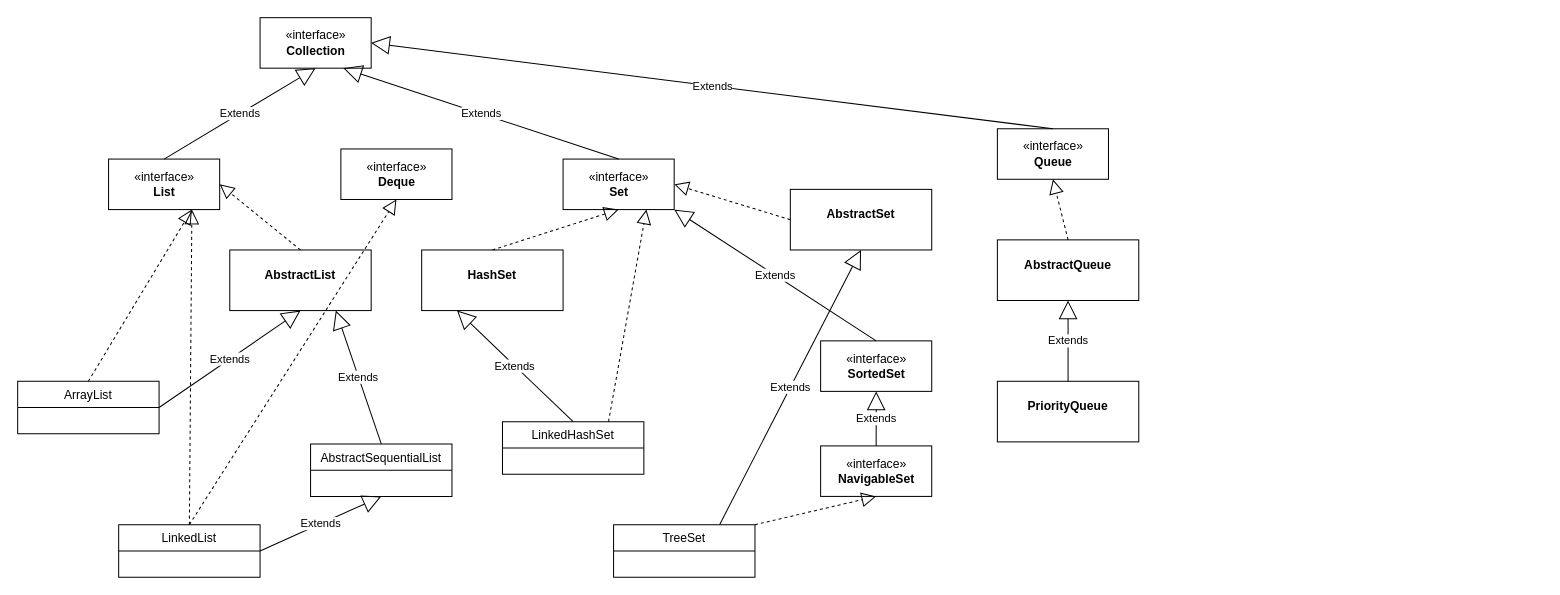
The draw.io diagram uml/collecions.drawio in andre-s-nascimento/java-collections, before the edit. Source tidied: cells renumbered, new cells numbered last; positions are measured from the earlier drawing's top-left corner, leaving out a move shared by most shapes. Both pictures are drawn from the tidied source at 101%, with x=0, y=0 at pixel (17, 17).
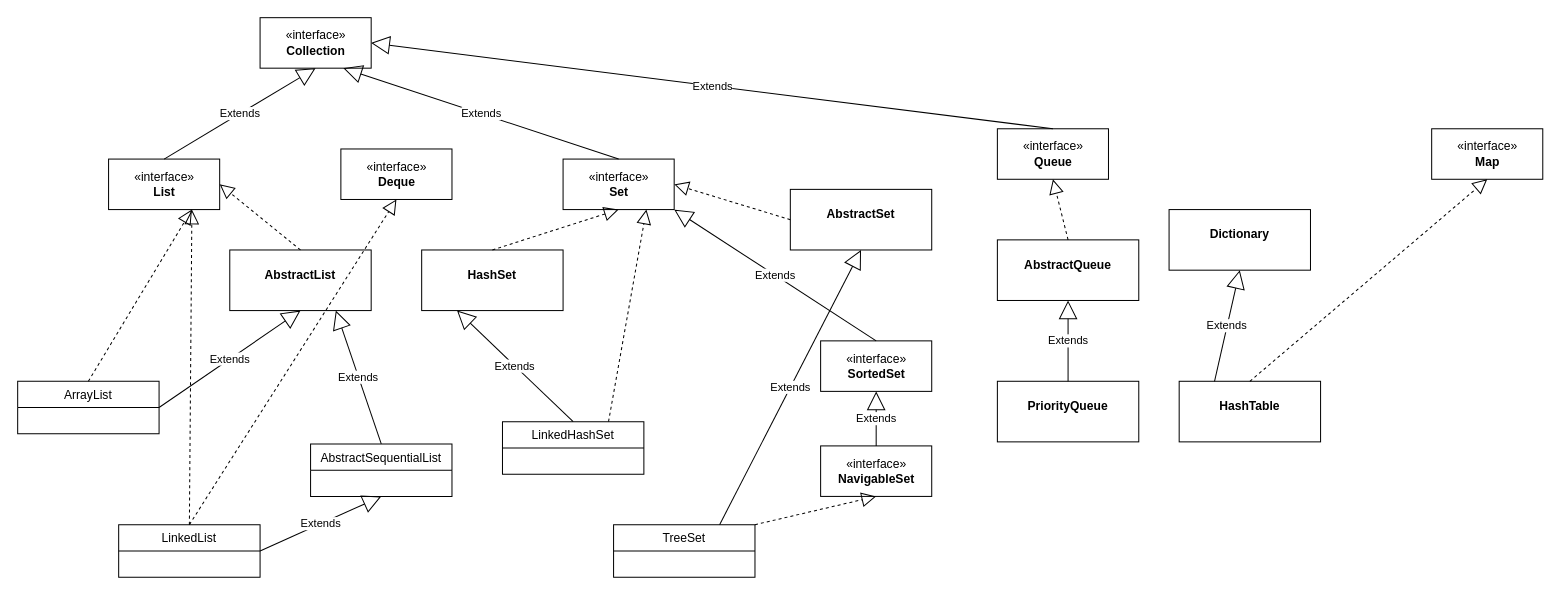
The same diagram, later.

What changed in the source:
```diff
@@
+    <mxCell id="39" value="&lt;p style=&quot;margin:0px;margin-top:4px;text-align:center;&quot;&gt;&lt;br&gt;&lt;b&gt;HashTable&lt;/b&gt;&lt;/p&gt;" style="verticalAlign=top;align=left;overflow=fill;fontSize=12;fontFamily=Helvetica;html=1;" parent="1" vertex="1">
+      <mxGeometry x="1150" y="360" width="140" height="60" as="geometry" />
+    </mxCell>
+    <mxCell id="40" value="«interface»&lt;br&gt;&lt;b&gt;Map&lt;/b&gt;" style="html=1;" parent="1" vertex="1">
+      <mxGeometry x="1400" y="110" width="110" height="50" as="geometry" />
+    </mxCell>
+    <mxCell id="41" style="endArrow=block;dashed=1;endFill=0;endSize=12;html=1;exitX=0.5;exitY=0;exitDx=0;exitDy=0;entryX=0.5;entryY=1;entryDx=0;entryDy=0;" parent="1" edge="1" source="39" target="40">
+      <mxGeometry relative="1" as="geometry" />
+    </mxCell>
+    <mxCell id="42" value="&lt;p style=&quot;margin:0px;margin-top:4px;text-align:center;&quot;&gt;&lt;br&gt;&lt;b&gt;Dictionary&lt;/b&gt;&lt;/p&gt;" style="verticalAlign=top;align=left;overflow=fill;fontSize=12;fontFamily=Helvetica;html=1;" parent="1" vertex="1">
+      <mxGeometry x="1140" y="190" width="140" height="60" as="geometry" />
+    </mxCell>
+    <mxCell id="43" value="Extends" style="endArrow=block;endSize=16;endFill=0;html=1;exitX=0.25;exitY=0;exitDx=0;exitDy=0;entryX=0.5;entryY=1;entryDx=0;entryDy=0;" parent="1" edge="1" source="39" target="42">
+      <mxGeometry relative="1" as="geometry" />
+    </mxCell>
```
